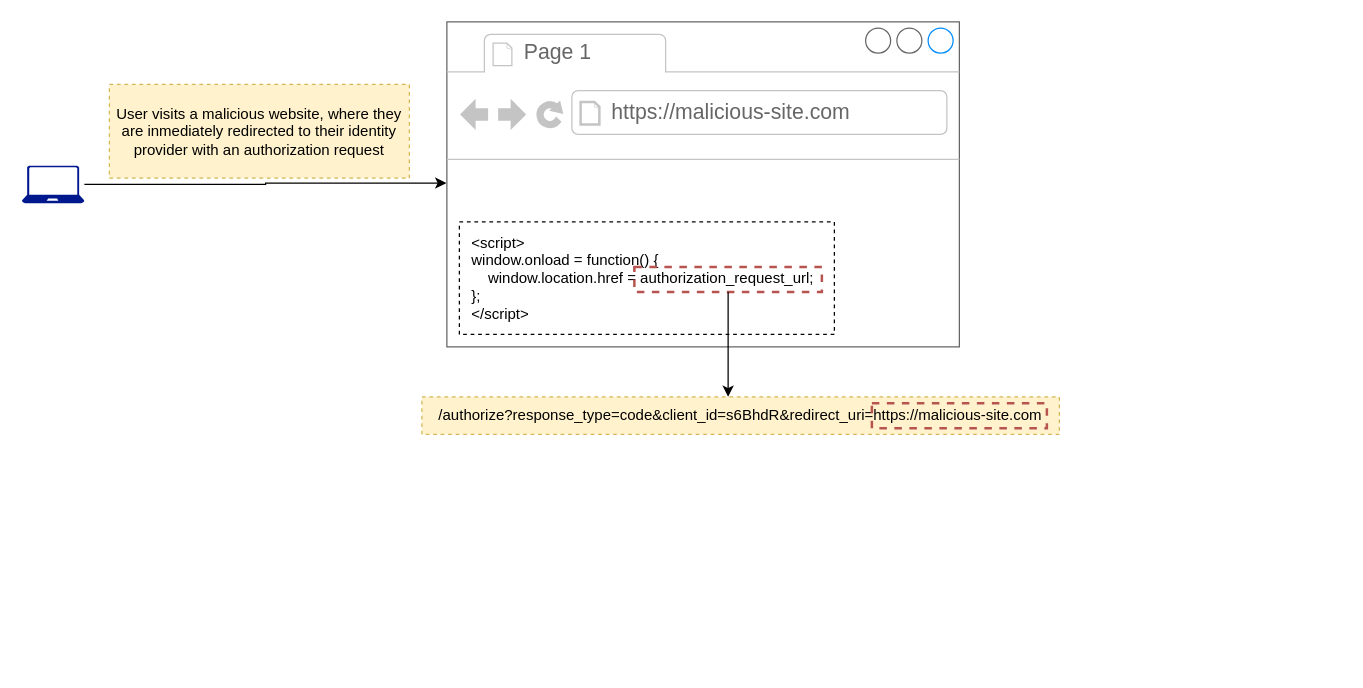
This is page "10.4" (4 of 6) of ch10.drawio from abunuwas/api-sec-book-imgs, a draw.io file, before an edit. Source tidied: cells renumbered, new cells numbered last; positions are measured from the earlier drawing's top-left corner, leaving out a move shared by most shapes. Both pictures are drawn from the tidied source at 125%, with x=0, y=0 at pixel (21, 21).
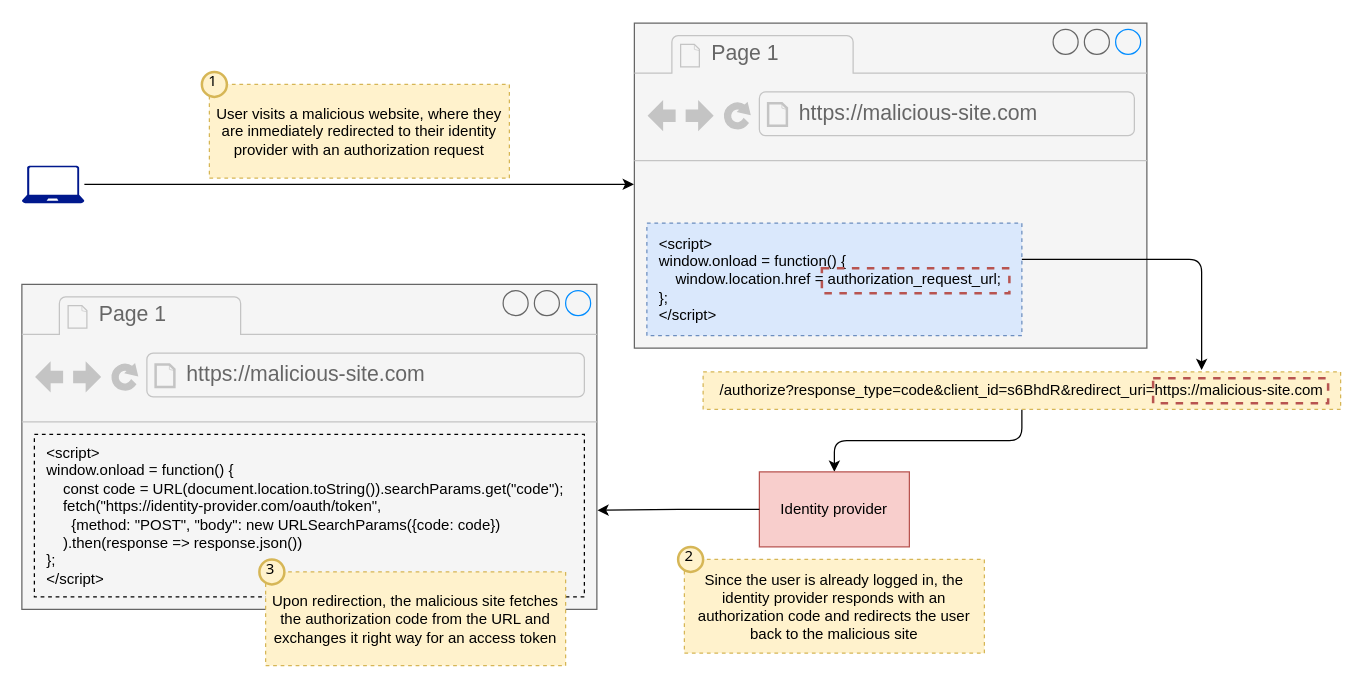
The same page after the edit.

The change refers to these unchanged cells:
```xml
<mxCell id="6" style="text;html=1;align=center;verticalAlign=middle;whiteSpace=wrap;rounded=0;strokeColor=#b85450;fillColor=none;dashed=1;strokeWidth=2;" parent="2" vertex="1">
  <mxGeometry x="150" y="196" width="150" height="20" as="geometry" />
</mxCell>
```

Change to the diagram source:
```diff
@@
-    <mxCell id="2" style="strokeWidth=1;shadow=0;dashed=0;align=center;html=1;shape=mxgraph.mockup.containers.browserWindow;rSize=0;strokeColor=#666666;strokeColor2=#008cff;strokeColor3=#c4c4c4;mainText=,;" parent="1" vertex="1">
-      <mxGeometry x="340" width="410" height="260" as="geometry" />
+    <mxCell id="2" style="strokeWidth=1;shadow=0;dashed=0;align=center;html=1;shape=mxgraph.mockup.containers.browserWindow;rSize=0;strokeColor=#666666;strokeColor2=#008cff;strokeColor3=#c4c4c4;mainText=,;fillColor=#f5f5f5;fontColor=#333333;" parent="1" vertex="1">
+      <mxGeometry x="490" y="1" width="410" height="260" as="geometry" />
     </mxCell>
@@
-    <mxCell id="5" value="&lt;div&gt;&amp;lt;script&amp;gt;&lt;/div&gt;window.onload = function() {&lt;br&gt;&amp;nbsp; &amp;nbsp; window.location.href = authorization_request_url;&lt;br&gt;};&lt;div&gt;&amp;lt;/script&amp;gt;&lt;/div&gt;" style="text;html=1;align=left;verticalAlign=middle;whiteSpace=wrap;rounded=0;strokeColor=default;dashed=1;spacing=10;" parent="2" vertex="1">
+    <mxCell id="5" value="&lt;div&gt;&amp;lt;script&amp;gt;&lt;/div&gt;window.onload = function() {&lt;br&gt;&amp;nbsp; &amp;nbsp; window.location.href = authorization_request_url;&lt;br&gt;};&lt;div&gt;&amp;lt;/script&amp;gt;&lt;/div&gt;" style="text;html=1;align=left;verticalAlign=middle;whiteSpace=wrap;rounded=0;strokeColor=#6c8ebf;dashed=1;spacing=10;fillColor=#dae8fc;" parent="2" vertex="1">
       <mxGeometry x="10" y="160" width="300" height="90" as="geometry" />
     </mxCell>
@@
+    <mxCell id="13" style="edgeStyle=orthogonalEdgeStyle;rounded=1;jettySize=auto;html=1;curved=0;" parent="1" edge="1" source="7" target="19">
+      <mxGeometry relative="1" as="geometry" />
+    </mxCell>
     <mxCell id="7" value="/authorize?response_type=code&amp;amp;client_id=s6BhdR&amp;amp;redirect_uri=https://malicious-site.com" style="text;html=1;align=center;verticalAlign=middle;whiteSpace=wrap;rounded=0;strokeColor=#d6b656;dashed=1;fillColor=#fff2cc;" parent="1" vertex="1">
-      <mxGeometry x="320" y="300" width="510" height="30" as="geometry" />
+      <mxGeometry x="545" y="280" width="510" height="30" as="geometry" />
     </mxCell>
     <mxCell id="8" style="text;html=1;align=center;verticalAlign=middle;whiteSpace=wrap;rounded=0;strokeColor=#b85450;fillColor=none;dashed=1;strokeWidth=2;" parent="1" vertex="1">
-      <mxGeometry x="680" y="305" width="140" height="20" as="geometry" />
+      <mxGeometry x="905" y="285" width="140" height="20" as="geometry" />
     </mxCell>
-    <mxCell id="9" style="edgeStyle=orthogonalEdgeStyle;rounded=1;jettySize=auto;html=1;curved=0;" parent="1" edge="1" source="6">
-      <mxGeometry relative="1" as="geometry">
-        <mxPoint x="565" y="300" as="targetPoint" />
-        <Array as="points">
-          <mxPoint x="565" y="298" />
-        </Array>
-      </mxGeometry>
-    </mxCell>
@@
     <mxCell id="12" value="User visits a malicious website, where they are inmediately redirected to their identity provider with an authorization request" style="text;html=1;align=center;verticalAlign=middle;whiteSpace=wrap;rounded=0;strokeColor=#d6b656;dashed=1;fillColor=#fff2cc;" parent="1" vertex="1">
-      <mxGeometry x="70" y="50" width="240" height="75" as="geometry" />
+      <mxGeometry x="150" y="50" width="240" height="75" as="geometry" />
     </mxCell>
+    <mxCell id="14" style="strokeWidth=1;shadow=0;dashed=0;align=center;html=1;shape=mxgraph.mockup.containers.browserWindow;rSize=0;strokeColor=#666666;strokeColor2=#008cff;strokeColor3=#c4c4c4;mainText=,;fillColor=#f5f5f5;fontColor=#333333;" parent="1" vertex="1">
+      <mxGeometry y="210" width="460" height="260" as="geometry" />
+    </mxCell>
+    <mxCell id="15" value="Page 1" style="strokeWidth=1;shadow=0;dashed=0;align=center;html=1;shape=mxgraph.mockup.containers.anchor;fontSize=17;fontColor=#666666;align=left;whiteSpace=wrap;" parent="14" vertex="1">
+      <mxGeometry x="60" y="12" width="110" height="26" as="geometry" />
+    </mxCell>
+    <mxCell id="16" value="https://malicious-site.com" style="strokeWidth=1;shadow=0;dashed=0;align=center;html=1;shape=mxgraph.mockup.containers.anchor;rSize=0;fontSize=17;fontColor=#666666;align=left;" parent="14" vertex="1">
+      <mxGeometry x="130" y="60" width="250" height="26" as="geometry" />
+    </mxCell>
+    <mxCell id="17" value="&lt;div&gt;&amp;lt;script&amp;gt;&lt;/div&gt;window.onload = function() {&lt;br&gt;&amp;nbsp; &amp;nbsp; const code = URL(document.location.toString()).searchParams.get(&quot;code&quot;);&lt;div&gt;&amp;nbsp; &amp;nbsp; fetch(&quot;https://identity-provider.com/oauth/token&quot;,&amp;nbsp;&lt;/div&gt;&lt;div&gt;&amp;nbsp; &amp;nbsp; &amp;nbsp; {method: &quot;POST&quot;, &quot;body&quot;: new URLSearchParams({code: code})&lt;/div&gt;&lt;div&gt;&amp;nbsp; &amp;nbsp; ).then(response =&amp;gt; response.json())&lt;br&gt;};&lt;div&gt;&amp;lt;/script&amp;gt;&lt;/div&gt;&lt;/div&gt;" style="text;html=1;align=left;verticalAlign=middle;whiteSpace=wrap;rounded=0;strokeColor=default;dashed=1;spacing=10;" parent="14" vertex="1">
+      <mxGeometry x="10" y="120" width="440" height="130" as="geometry" />
+    </mxCell>
+    <mxCell id="18" style="edgeStyle=orthogonalEdgeStyle;rounded=1;jettySize=auto;html=1;entryX=0.782;entryY=-0.049;entryDx=0;entryDy=0;entryPerimeter=0;curved=0;" parent="1" edge="1" source="5" target="7">
+      <mxGeometry relative="1" as="geometry">
+        <Array as="points">
+          <mxPoint x="944" y="190" />
+        </Array>
+      </mxGeometry>
+    </mxCell>
+    <mxCell id="19" value="Identity provider" style="rounded=0;whiteSpace=wrap;html=1;fillColor=#f8cecc;strokeColor=#b85450;" parent="1" vertex="1">
+      <mxGeometry x="590" y="360" width="120" height="60" as="geometry" />
+    </mxCell>
+    <mxCell id="20" style="edgeStyle=orthogonalEdgeStyle;rounded=0;jettySize=auto;html=1;entryX=1.001;entryY=0.695;entryDx=0;entryDy=0;entryPerimeter=0;" parent="1" edge="1" source="19" target="14">
+      <mxGeometry relative="1" as="geometry" />
+    </mxCell>
+    <mxCell id="21" value="Since the user is already logged in, the identity provider responds with an authorization code and redirects the user back to the malicious site" style="text;html=1;align=center;verticalAlign=middle;whiteSpace=wrap;rounded=0;strokeColor=#d6b656;dashed=1;fillColor=#fff2cc;" parent="1" vertex="1">
+      <mxGeometry x="530" y="430" width="240" height="75" as="geometry" />
+    </mxCell>
+    <mxCell id="22" value="1" style="ellipse;whiteSpace=wrap;html=1;strokeWidth=2;fontFamily=Tahoma;spacingBottom=4;spacingRight=2;strokeColor=#d6b656;fillColor=#fff2cc;" parent="1" vertex="1">
+      <mxGeometry x="144" y="40" width="20" height="20" as="geometry" />
+    </mxCell>
+    <mxCell id="23" value="2" style="ellipse;whiteSpace=wrap;html=1;strokeWidth=2;fontFamily=Tahoma;spacingBottom=4;spacingRight=2;strokeColor=#d6b656;fillColor=#fff2cc;" parent="1" vertex="1">
+      <mxGeometry x="525" y="420" width="20" height="20" as="geometry" />
+    </mxCell>
+    <mxCell id="24" value="Upon redirection, the malicious site fetches the authorization code from the URL and exchanges it right way for an access token" style="text;html=1;align=center;verticalAlign=middle;whiteSpace=wrap;rounded=0;strokeColor=#d6b656;dashed=1;fillColor=#fff2cc;" parent="1" vertex="1">
+      <mxGeometry x="195" y="440" width="240" height="75" as="geometry" />
+    </mxCell>
+    <mxCell id="25" value="3" style="ellipse;whiteSpace=wrap;html=1;strokeWidth=2;fontFamily=Tahoma;spacingBottom=4;spacingRight=2;strokeColor=#d6b656;fillColor=#fff2cc;" parent="1" vertex="1">
+      <mxGeometry x="190" y="430" width="20" height="20" as="geometry" />
+    </mxCell>
```
